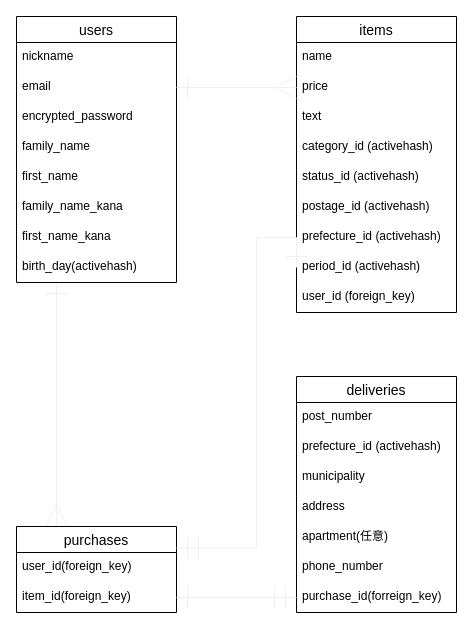
The draw.io diagram DB.dio in shin1616/furima-34493, before the edit. Source tidied: cells renumbered, new cells numbered last; positions are measured from the earlier drawing's top-left corner, leaving out a move shared by most shapes. Both pictures are drawn from the tidied source at 100%, with x=0, y=0 at pixel (16, 16).
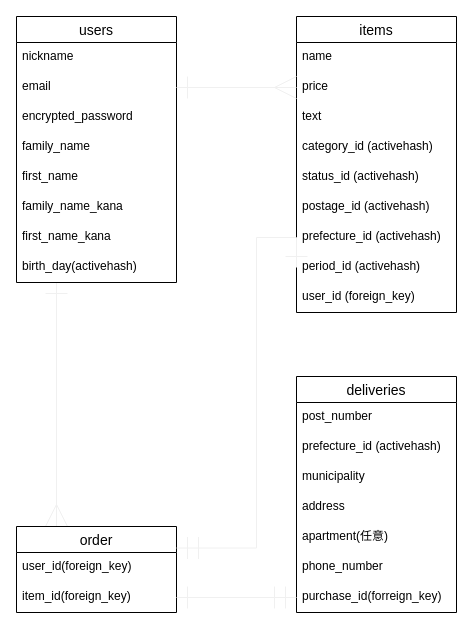
Above is the later version.

Commit message:
データベースファイルの修正

The edit, as a diff of the source:
```diff
@@
-    <mxCell id="20" value="purchases" style="swimlane;fontStyle=0;horizontal=1;startSize=26;align=center;fontSize=14;" parent="1" vertex="1">
+    <mxCell id="20" value="order" style="swimlane;fontStyle=0;horizontal=1;startSize=26;align=center;fontSize=14;" parent="1" vertex="1">
       <mxGeometry y="510" width="160" height="86" as="geometry" />
     </mxCell>
```
